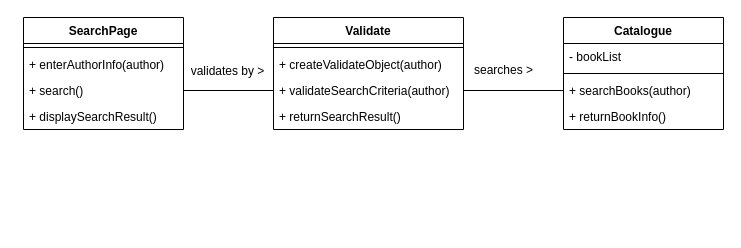
Earlier version of the draw.io diagram wia2002tuto6q5e.drawio (justn0thinghere/drawio). Source tidied: cells renumbered, new cells numbered last; positions are measured from the earlier drawing's top-left corner, leaving out a move shared by most shapes. Both pictures are drawn from the tidied source at 100%, with x=0, y=0 at pixel (23, 17).
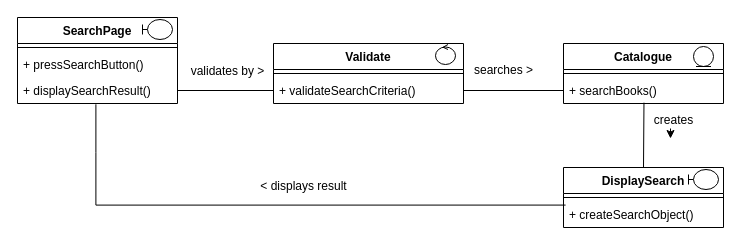
The same diagram, later.

What changed in the source:
```diff
@@
     <mxCell id="2" value="SearchPage" style="swimlane;fontStyle=1;align=center;verticalAlign=top;horizontal=1;startSize=26;whiteSpace=wrap;html=1;" parent="1" vertex="1">
-      <mxGeometry width="160" height="112" as="geometry" />
+      <mxGeometry x="-6" width="160" height="86" as="geometry" />
     </mxCell>
@@
-    <mxCell id="4" value="+ enterAuthorInfo(author)" style="text;strokeColor=none;fillColor=none;align=left;verticalAlign=top;spacingLeft=4;spacingRight=4;overflow=hidden;whiteSpace=wrap;html=1;" parent="2" vertex="1">
-      <mxGeometry y="34" width="160" height="26" as="geometry" />
-    </mxCell>
+    <mxCell id="21" value="+ pressSearchButton()&lt;div&gt;&lt;br&gt;&lt;/div&gt;" style="text;strokeColor=none;fillColor=none;align=left;verticalAlign=top;spacingLeft=4;spacingRight=4;overflow=hidden;whiteSpace=wrap;html=1;" parent="2" vertex="1">
+      <mxGeometry y="34" width="160" height="26" as="geometry" />
+    </mxCell>
-    <mxCell id="5" value="+ search()" style="text;strokeColor=none;fillColor=none;align=left;verticalAlign=top;spacingLeft=4;spacingRight=4;overflow=hidden;points=[[0,0.5],[1,0.5]];portConstraint=eastwest;whiteSpace=wrap;html=1;" parent="2" vertex="1">
+    <mxCell id="5" value="&lt;div&gt;+ displaySearchResult()&lt;/div&gt;" style="text;strokeColor=none;fillColor=none;align=left;verticalAlign=top;spacingLeft=4;spacingRight=4;overflow=hidden;points=[[0,0.5],[1,0.5]];portConstraint=eastwest;whiteSpace=wrap;html=1;" parent="2" vertex="1">
       <mxGeometry y="60" width="160" height="26" as="geometry" />
     </mxCell>
-    <mxCell id="6" value="+ displaySearchResult()" style="text;strokeColor=none;fillColor=none;align=left;verticalAlign=top;spacingLeft=4;spacingRight=4;overflow=hidden;whiteSpace=wrap;html=1;" parent="2" vertex="1">
-      <mxGeometry y="86" width="160" height="26" as="geometry" />
-    </mxCell>
     <mxCell id="7" value="Validate" style="swimlane;fontStyle=1;align=center;verticalAlign=top;horizontal=1;startSize=26;whiteSpace=wrap;html=1;" parent="1" vertex="1">
-      <mxGeometry x="250" width="190" height="112" as="geometry" />
+      <mxGeometry x="250" y="26" width="190" height="60" as="geometry" />
     </mxCell>
@@
-    <mxCell id="9" value="+ createValidateObject(author)" style="text;strokeColor=none;fillColor=none;align=left;verticalAlign=top;spacingLeft=4;spacingRight=4;overflow=hidden;whiteSpace=wrap;html=1;" parent="7" vertex="1">
-      <mxGeometry y="34" width="190" height="26" as="geometry" />
-    </mxCell>
-    <mxCell id="10" value="+ validateSearchCriteria(author)" style="text;strokeColor=none;fillColor=none;align=left;verticalAlign=top;spacingLeft=4;spacingRight=4;overflow=hidden;points=[[0,0.5],[1,0.5]];portConstraint=eastwest;whiteSpace=wrap;html=1;" parent="7" vertex="1">
-      <mxGeometry y="60" width="190" height="26" as="geometry" />
+    <mxCell id="10" value="+ validateSearchCriteria()" style="text;strokeColor=none;fillColor=none;align=left;verticalAlign=top;spacingLeft=4;spacingRight=4;overflow=hidden;points=[[0,0.5],[1,0.5]];portConstraint=eastwest;whiteSpace=wrap;html=1;" parent="7" vertex="1">
+      <mxGeometry y="34" width="190" height="26" as="geometry" />
     </mxCell>
-    <mxCell id="11" value="+ returnSearchResult()" style="text;strokeColor=none;fillColor=none;align=left;verticalAlign=top;spacingLeft=4;spacingRight=4;overflow=hidden;whiteSpace=wrap;html=1;" parent="7" vertex="1">
-      <mxGeometry y="86" width="190" height="26" as="geometry" />
-    </mxCell>
     <mxCell id="12" value="Catalogue" style="swimlane;fontStyle=1;align=center;verticalAlign=top;horizontal=1;startSize=26;whiteSpace=wrap;html=1;" parent="1" vertex="1">
-      <mxGeometry x="540" width="160" height="112" as="geometry" />
+      <mxGeometry x="540" y="26" width="160" height="60" as="geometry" />
     </mxCell>
-    <mxCell id="13" value="- bookList" style="text;strokeColor=none;fillColor=none;align=left;verticalAlign=top;spacingLeft=4;spacingRight=4;overflow=hidden;whiteSpace=wrap;html=1;" parent="12" vertex="1">
-      <mxGeometry y="26" width="160" height="26" as="geometry" />
-    </mxCell>
     <mxCell id="14" style="line;strokeWidth=1;fillColor=none;align=left;verticalAlign=middle;spacingTop=-1;spacingLeft=3;spacingRight=3;labelPosition=right;strokeColor=inherit;" parent="12" vertex="1">
-      <mxGeometry y="52" width="160" height="8" as="geometry" />
+      <mxGeometry y="26" width="160" height="8" as="geometry" />
     </mxCell>
-    <mxCell id="15" value="+ searchBooks(author)" style="text;strokeColor=none;fillColor=none;align=left;verticalAlign=top;spacingLeft=4;spacingRight=4;overflow=hidden;points=[[0,0.5],[1,0.5]];portConstraint=eastwest;whiteSpace=wrap;html=1;" parent="12" vertex="1">
-      <mxGeometry y="60" width="160" height="26" as="geometry" />
+    <mxCell id="15" value="+ searchBooks()" style="text;strokeColor=none;fillColor=none;align=left;verticalAlign=top;spacingLeft=4;spacingRight=4;overflow=hidden;points=[[0,0.5],[1,0.5]];portConstraint=eastwest;whiteSpace=wrap;html=1;" parent="12" vertex="1">
+      <mxGeometry y="34" width="160" height="26" as="geometry" />
     </mxCell>
-    <mxCell id="16" value="+ returnBookInfo()" style="text;strokeColor=none;fillColor=none;align=left;verticalAlign=top;spacingLeft=4;spacingRight=4;overflow=hidden;whiteSpace=wrap;html=1;" parent="12" vertex="1">
-      <mxGeometry y="86" width="160" height="26" as="geometry" />
-    </mxCell>
@@
+    <mxCell id="22" style="shape=umlBoundary;whiteSpace=wrap;html=1;" parent="1" vertex="1">
+      <mxGeometry x="119" y="2" width="30" height="20" as="geometry" />
+    </mxCell>
+    <mxCell id="23" style="ellipse;shape=umlEntity;whiteSpace=wrap;html=1;" parent="1" vertex="1">
+      <mxGeometry x="670" y="29" width="20" height="20" as="geometry" />
+    </mxCell>
+    <mxCell id="24" style="ellipse;shape=umlControl;whiteSpace=wrap;html=1;" parent="1" vertex="1">
+      <mxGeometry x="412" y="27" width="20" height="20" as="geometry" />
+    </mxCell>
+    <mxCell id="25" value="DisplaySearch" style="swimlane;fontStyle=1;align=center;verticalAlign=top;horizontal=1;startSize=26;whiteSpace=wrap;html=1;" parent="1" vertex="1">
+      <mxGeometry x="540" y="150" width="160" height="60" as="geometry" />
+    </mxCell>
+    <mxCell id="26" style="line;strokeWidth=1;fillColor=none;align=left;verticalAlign=middle;spacingTop=-1;spacingLeft=3;spacingRight=3;labelPosition=right;strokeColor=inherit;" parent="25" vertex="1">
+      <mxGeometry y="26" width="160" height="8" as="geometry" />
+    </mxCell>
+    <mxCell id="27" value="+ createSearchObject()" style="text;strokeColor=none;fillColor=none;align=left;verticalAlign=top;spacingLeft=4;spacingRight=4;overflow=hidden;points=[[0,0.5],[1,0.5]];portConstraint=eastwest;whiteSpace=wrap;html=1;" parent="25" vertex="1">
+      <mxGeometry y="34" width="160" height="26" as="geometry" />
+    </mxCell>
+    <mxCell id="28" style="shape=umlBoundary;whiteSpace=wrap;html=1;" parent="1" vertex="1">
+      <mxGeometry x="665" y="152" width="30" height="20" as="geometry" />
+    </mxCell>
+    <mxCell id="29" style="endArrow=none;html=1;rounded=0;exitX=0.5;exitY=0;exitDx=0;exitDy=0;entryX=0.503;entryY=0.969;entryDx=0;entryDy=0;entryPerimeter=0;" parent="1" edge="1" source="25" target="15">
+      <mxGeometry relative="1" as="geometry" />
+    </mxCell>
+    <mxCell id="30" value="creates" style="text;html=1;align=center;verticalAlign=middle;strokeColor=none;fillColor=none;" parent="1" vertex="1">
+      <mxGeometry x="620" y="88" width="60" height="30" as="geometry" />
+    </mxCell>
+    <mxCell id="31" style="endArrow=classic;html=1;rounded=0;" parent="1" edge="1">
+      <mxGeometry relative="1" as="geometry">
+        <mxPoint x="647" y="111" as="sourcePoint" />
+        <mxPoint x="647" y="121" as="targetPoint" />
+      </mxGeometry>
+    </mxCell>
+    <mxCell id="32" style="endArrow=none;html=1;rounded=0;entryX=0.49;entryY=1.031;entryDx=0;entryDy=0;entryPerimeter=0;exitX=0.013;exitY=0.138;exitDx=0;exitDy=0;exitPerimeter=0;edgeStyle=orthogonalEdgeStyle;" parent="1" edge="1" source="27" target="5">
+      <mxGeometry relative="1" as="geometry" />
+    </mxCell>
+    <mxCell id="33" value="&amp;lt; displays result" style="text;html=1;align=center;verticalAlign=middle;strokeColor=none;fillColor=none;" parent="1" vertex="1">
+      <mxGeometry x="225" y="154" width="110" height="30" as="geometry" />
+    </mxCell>
```
